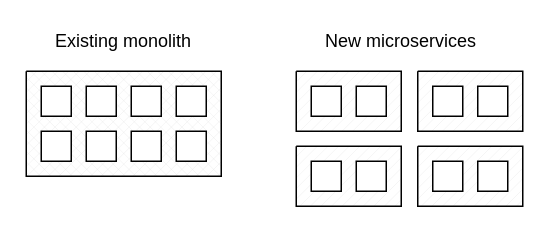
stellarjaydoc/architecture keeps this draw.io diagram as tech-migration-systems.drawio. Above is the earlier version. Source tidied: cells renumbered, new cells numbered last; positions are measured from the earlier drawing's top-left corner, leaving out a move shared by most shapes. Both pictures are drawn from the tidied source at 150%, with x=0, y=0 at pixel (26, 26).
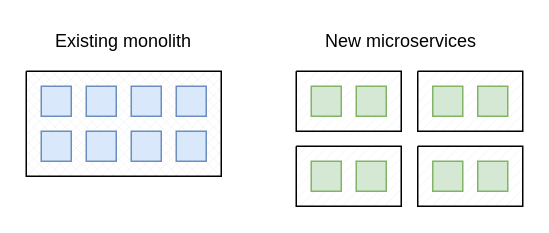
The same diagram, later.

The edit, as a diff of the source:
```diff
@@
-    <mxCell id="4" style="whiteSpace=wrap;html=1;" parent="1" vertex="1">
+    <mxCell id="4" style="whiteSpace=wrap;html=1;fillColor=#dae8fc;strokeColor=#6c8ebf;" parent="1" vertex="1">
       <mxGeometry x="10" y="40" width="20" height="20" as="geometry" />
     </mxCell>
-    <mxCell id="5" style="whiteSpace=wrap;html=1;" parent="1" vertex="1">
+    <mxCell id="5" style="whiteSpace=wrap;html=1;fillColor=#dae8fc;strokeColor=#6c8ebf;" parent="1" vertex="1">
       <mxGeometry x="40" y="40" width="20" height="20" as="geometry" />
     </mxCell>
-    <mxCell id="6" style="whiteSpace=wrap;html=1;" parent="1" vertex="1">
+    <mxCell id="6" style="whiteSpace=wrap;html=1;fillColor=#dae8fc;strokeColor=#6c8ebf;" parent="1" vertex="1">
       <mxGeometry x="70" y="40" width="20" height="20" as="geometry" />
     </mxCell>
-    <mxCell id="7" style="whiteSpace=wrap;html=1;" parent="1" vertex="1">
+    <mxCell id="7" style="whiteSpace=wrap;html=1;fillColor=#dae8fc;strokeColor=#6c8ebf;" parent="1" vertex="1">
       <mxGeometry x="100" y="40" width="20" height="20" as="geometry" />
     </mxCell>
-    <mxCell id="8" style="whiteSpace=wrap;html=1;" parent="1" vertex="1">
+    <mxCell id="8" style="whiteSpace=wrap;html=1;fillColor=#dae8fc;strokeColor=#6c8ebf;" parent="1" vertex="1">
       <mxGeometry x="10" y="70" width="20" height="20" as="geometry" />
     </mxCell>
-    <mxCell id="9" style="whiteSpace=wrap;html=1;" parent="1" vertex="1">
+    <mxCell id="9" style="whiteSpace=wrap;html=1;fillColor=#dae8fc;strokeColor=#6c8ebf;" parent="1" vertex="1">
       <mxGeometry x="40" y="70" width="20" height="20" as="geometry" />
     </mxCell>
-    <mxCell id="10" style="whiteSpace=wrap;html=1;" parent="1" vertex="1">
+    <mxCell id="10" style="whiteSpace=wrap;html=1;fillColor=#dae8fc;strokeColor=#6c8ebf;" parent="1" vertex="1">
       <mxGeometry x="70" y="70" width="20" height="20" as="geometry" />
     </mxCell>
-    <mxCell id="11" style="whiteSpace=wrap;html=1;" parent="1" vertex="1">
+    <mxCell id="11" style="whiteSpace=wrap;html=1;fillColor=#dae8fc;strokeColor=#6c8ebf;" parent="1" vertex="1">
       <mxGeometry x="100" y="70" width="20" height="20" as="geometry" />
     </mxCell>
-    <mxCell id="12" style="whiteSpace=wrap;html=1;" parent="1" vertex="1">
+    <mxCell id="12" style="whiteSpace=wrap;html=1;fillColor=#d5e8d4;strokeColor=#82b366;" parent="1" vertex="1">
       <mxGeometry x="190" y="40" width="20" height="20" as="geometry" />
     </mxCell>
-    <mxCell id="13" style="whiteSpace=wrap;html=1;" parent="1" vertex="1">
+    <mxCell id="13" style="whiteSpace=wrap;html=1;fillColor=#d5e8d4;strokeColor=#82b366;" parent="1" vertex="1">
       <mxGeometry x="220" y="40" width="20" height="20" as="geometry" />
     </mxCell>
@@
-    <mxCell id="15" style="whiteSpace=wrap;html=1;" parent="1" vertex="1">
+    <mxCell id="15" style="whiteSpace=wrap;html=1;fillColor=#d5e8d4;strokeColor=#82b366;" parent="1" vertex="1">
       <mxGeometry x="190" y="90" width="20" height="20" as="geometry" />
     </mxCell>
-    <mxCell id="16" style="whiteSpace=wrap;html=1;" parent="1" vertex="1">
+    <mxCell id="16" style="whiteSpace=wrap;html=1;fillColor=#d5e8d4;strokeColor=#82b366;" parent="1" vertex="1">
       <mxGeometry x="220" y="90" width="20" height="20" as="geometry" />
     </mxCell>
@@
-    <mxCell id="18" style="whiteSpace=wrap;html=1;" parent="1" vertex="1">
+    <mxCell id="18" style="whiteSpace=wrap;html=1;fillColor=#d5e8d4;strokeColor=#82b366;" parent="1" vertex="1">
       <mxGeometry x="271" y="40" width="20" height="20" as="geometry" />
     </mxCell>
-    <mxCell id="19" style="whiteSpace=wrap;html=1;" parent="1" vertex="1">
+    <mxCell id="19" style="whiteSpace=wrap;html=1;fillColor=#d5e8d4;strokeColor=#82b366;" parent="1" vertex="1">
       <mxGeometry x="301" y="40" width="20" height="20" as="geometry" />
     </mxCell>
@@
-    <mxCell id="21" style="whiteSpace=wrap;html=1;" parent="1" vertex="1">
+    <mxCell id="21" style="whiteSpace=wrap;html=1;fillColor=#d5e8d4;strokeColor=#82b366;" parent="1" vertex="1">
       <mxGeometry x="271" y="90" width="20" height="20" as="geometry" />
     </mxCell>
-    <mxCell id="22" style="whiteSpace=wrap;html=1;" parent="1" vertex="1">
+    <mxCell id="22" style="whiteSpace=wrap;html=1;fillColor=#d5e8d4;strokeColor=#82b366;" parent="1" vertex="1">
       <mxGeometry x="301" y="90" width="20" height="20" as="geometry" />
     </mxCell>
```
